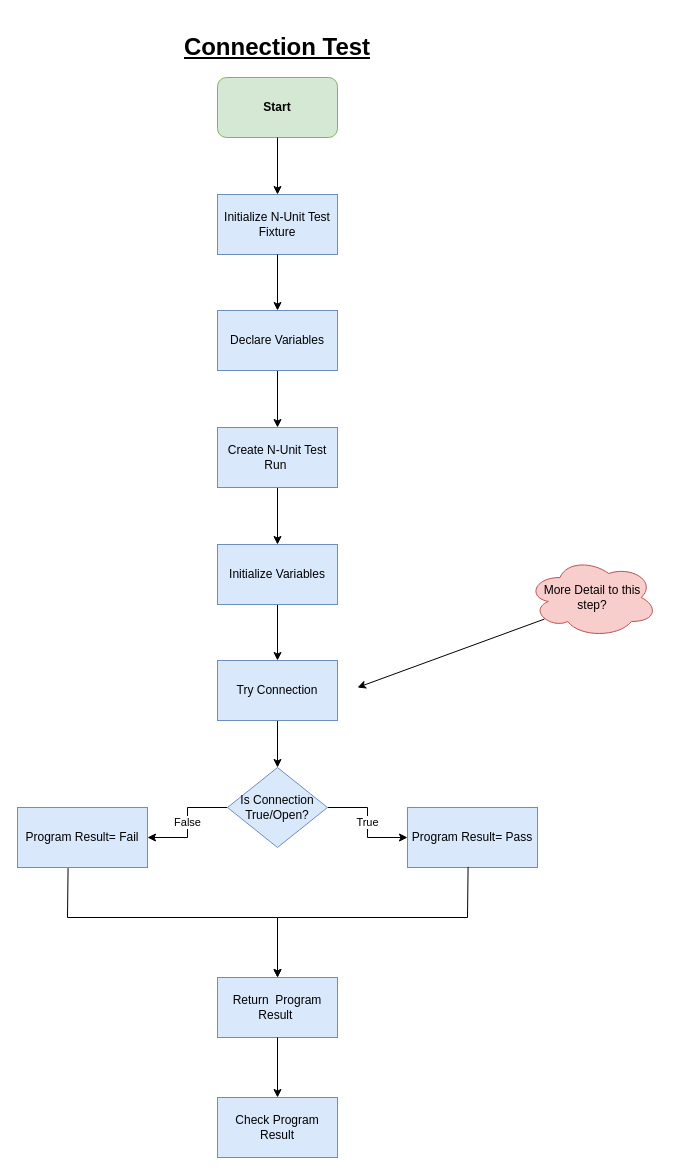
This is page "ConnectionTest" (1 of 3) of ProductionTestCompatabilityFLOWCHARTS.drawio from SydneySwofford/Notes, a draw.io file, before an edit. Source tidied: cells renumbered, new cells numbered last; positions are measured from the earlier drawing's top-left corner, leaving out a move shared by most shapes. Both pictures are drawn from the tidied source at 100%, with x=0, y=0 at pixel (17, 27).
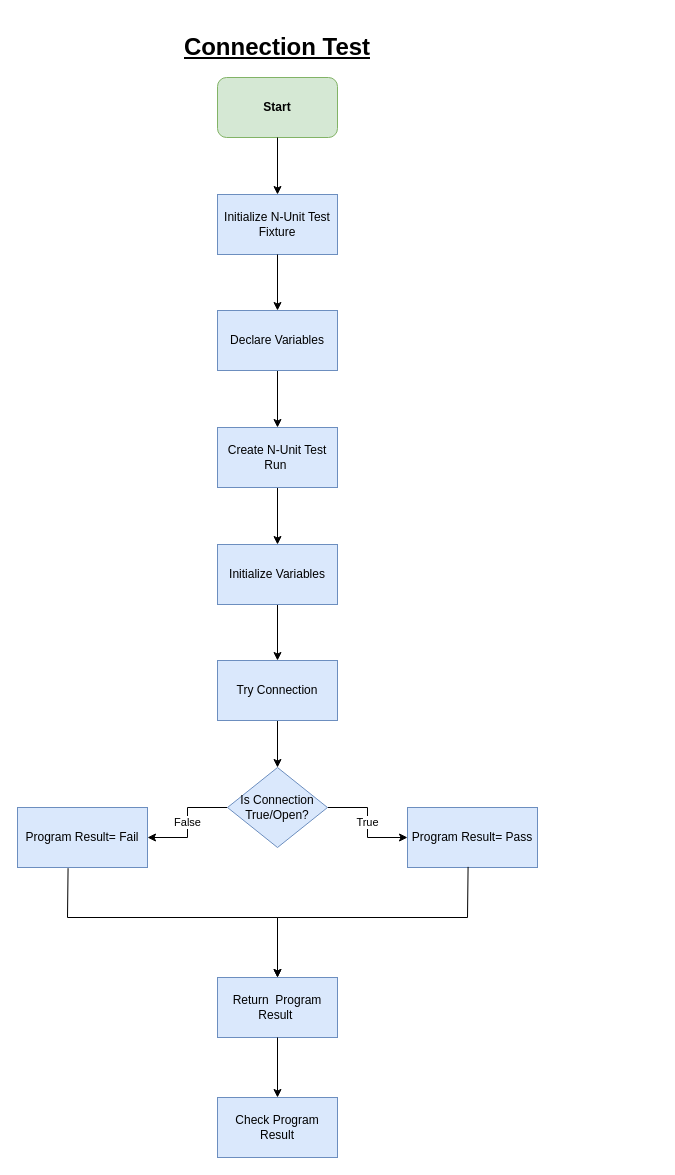
The same diagram, later.

What changed in the source:
```diff
@@
-    <mxCell id="25" value="More Detail to this step?" style="ellipse;shape=cloud;whiteSpace=wrap;html=1;fillColor=#f8cecc;strokeColor=#b85450;" parent="1" vertex="1">
-      <mxGeometry x="510" y="530" width="130" height="80" as="geometry" />
-    </mxCell>
-    <mxCell id="26" style="endArrow=classic;html=1;rounded=0;exitX=0.13;exitY=0.77;exitDx=0;exitDy=0;exitPerimeter=0;" parent="1" edge="1" source="25">
-      <mxGeometry relative="1" as="geometry">
-        <mxPoint x="340" y="660" as="targetPoint" />
-      </mxGeometry>
-    </mxCell>
```
